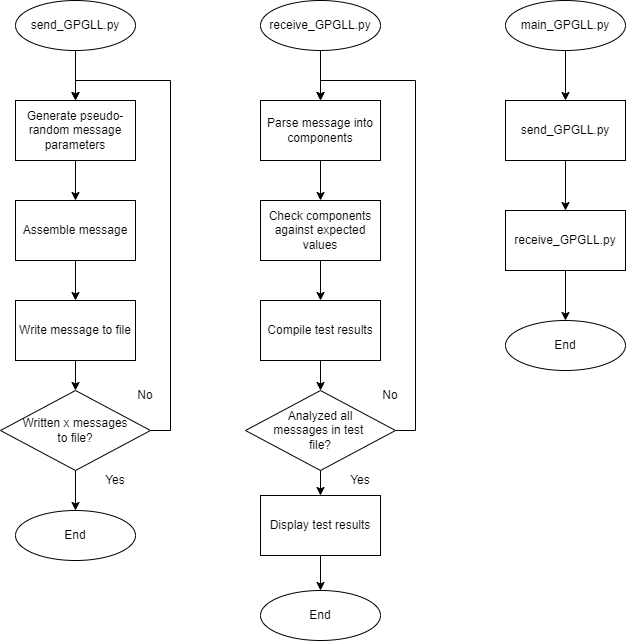
tganley/GPS_SendReceive keeps this draw.io diagram as Documentation/GPS_SendReceive.png. Above is the earlier version. Source tidied: cells renumbered, new cells last; positions are measured from the earlier drawing's top-left corner, leaving out a move shared by most shapes.
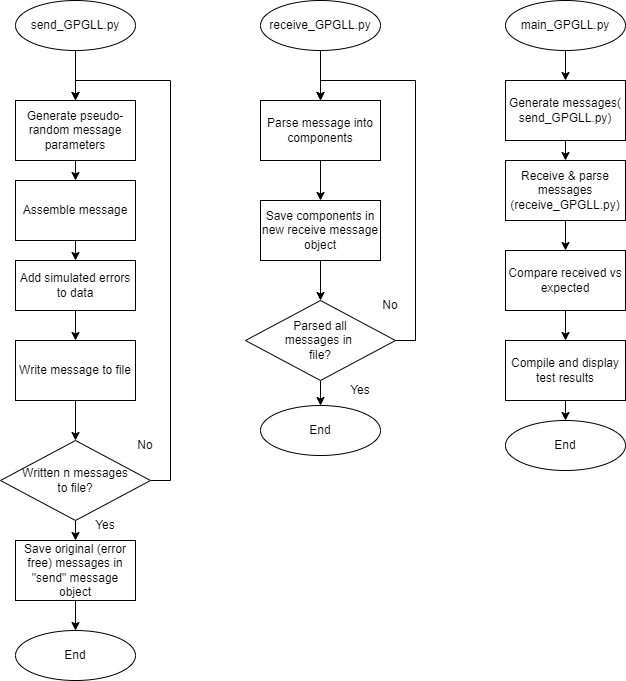
Later version of the same file.

The edit, as a diff of the source:
```diff
@@ -8,14 +8,17 @@
     <mxCell id="3" value="send_GPGLL.py" style="ellipse;whiteSpace=wrap;html=1;" parent="1" vertex="1">
       <mxGeometry x="15" width="120" height="50" as="geometry" />
     </mxCell>
-    <mxCell id="4" style="edgeStyle=orthogonalEdgeStyle;rounded=0;jettySize=auto;html=1;exitX=0.5;exitY=1;exitDx=0;exitDy=0;entryX=0.5;entryY=0;entryDx=0;entryDy=0;" parent="1" edge="1" source="5" target="6">
-      <mxGeometry relative="1" as="geometry" />
-    </mxCell>
+    <mxCell id="39" style="edgeStyle=orthogonalEdgeStyle;rounded=0;jettySize=auto;html=1;exitX=0.5;exitY=1;exitDx=0;exitDy=0;entryX=0.5;entryY=0;entryDx=0;entryDy=0;" parent="1" edge="1" source="5" target="47">
+      <mxGeometry relative="1" as="geometry" />
+    </mxCell>
     <mxCell id="5" value="Assemble message" style="rounded=0;whiteSpace=wrap;html=1;" parent="1" vertex="1">
-      <mxGeometry x="15" y="200" width="120" height="60" as="geometry" />
+      <mxGeometry x="15" y="180" width="120" height="60" as="geometry" />
     </mxCell>
+    <mxCell id="12" style="edgeStyle=orthogonalEdgeStyle;rounded=0;jettySize=auto;html=1;" parent="1" edge="1" source="6" target="11">
+      <mxGeometry relative="1" as="geometry" />
+    </mxCell>
     <mxCell id="6" value="Write message to file" style="rounded=0;whiteSpace=wrap;html=1;" parent="1" vertex="1">
-      <mxGeometry x="15" y="300" width="120" height="60" as="geometry" />
+      <mxGeometry x="15" y="340" width="120" height="60" as="geometry" />
     </mxCell>
     <mxCell id="7" style="edgeStyle=orthogonalEdgeStyle;rounded=0;jettySize=auto;html=1;exitX=0.5;exitY=1;exitDx=0;exitDy=0;entryX=0.5;entryY=0;entryDx=0;entryDy=0;" parent="1" edge="1" source="8" target="5">
       <mxGeometry relative="1" as="geometry" />
@@ -26,23 +29,20 @@
     <mxCell id="9" style="edgeStyle=orthogonalEdgeStyle;rounded=0;jettySize=auto;html=1;exitX=1;exitY=0.5;exitDx=0;exitDy=0;entryX=0.5;entryY=0;entryDx=0;entryDy=0;" parent="1" edge="1" source="11" target="8">
       <mxGeometry relative="1" as="geometry" />
     </mxCell>
-    <mxCell id="10" style="edgeStyle=orthogonalEdgeStyle;rounded=0;jettySize=auto;html=1;exitX=0.5;exitY=1;exitDx=0;exitDy=0;" parent="1" edge="1" source="11" target="13">
-      <mxGeometry relative="1" as="geometry" />
-    </mxCell>
+    <mxCell id="40" style="edgeStyle=orthogonalEdgeStyle;rounded=0;jettySize=auto;html=1;exitX=0.5;exitY=1;exitDx=0;exitDy=0;entryX=0.5;entryY=0;entryDx=0;entryDy=0;" parent="1" edge="1" source="11" target="45">
+      <mxGeometry relative="1" as="geometry" />
+    </mxCell>
-    <mxCell id="11" value="Written x messages &lt;br&gt;to file?" style="rhombus;whiteSpace=wrap;html=1;" parent="1" vertex="1">
-      <mxGeometry y="390" width="150" height="80" as="geometry" />
+    <mxCell id="11" value="Written n messages &lt;br&gt;to file?" style="rhombus;whiteSpace=wrap;html=1;" parent="1" vertex="1">
+      <mxGeometry y="440" width="150" height="80" as="geometry" />
     </mxCell>
-    <mxCell id="12" style="edgeStyle=orthogonalEdgeStyle;rounded=0;jettySize=auto;html=1;exitX=0.5;exitY=1;exitDx=0;exitDy=0;entryX=0.5;entryY=0;entryDx=0;entryDy=0;entryPerimeter=0;" parent="1" edge="1" source="6" target="11">
-      <mxGeometry relative="1" as="geometry" />
-    </mxCell>
     <mxCell id="13" value="End" style="ellipse;whiteSpace=wrap;html=1;" parent="1" vertex="1">
-      <mxGeometry x="15" y="510" width="120" height="50" as="geometry" />
+      <mxGeometry x="15" y="630" width="120" height="50" as="geometry" />
     </mxCell>
     <mxCell id="14" value="Yes" style="text;html=1;strokeColor=none;fillColor=none;align=center;verticalAlign=middle;whiteSpace=wrap;rounded=0;" parent="1" vertex="1">
-      <mxGeometry x="85" y="465" width="60" height="30" as="geometry" />
+      <mxGeometry x="75" y="510" width="60" height="30" as="geometry" />
     </mxCell>
     <mxCell id="15" value="No" style="text;html=1;strokeColor=none;fillColor=none;align=center;verticalAlign=middle;whiteSpace=wrap;rounded=0;" parent="1" vertex="1">
-      <mxGeometry x="115" y="380" width="60" height="30" as="geometry" />
+      <mxGeometry x="115" y="430" width="60" height="30" as="geometry" />
     </mxCell>
     <mxCell id="16" style="edgeStyle=orthogonalEdgeStyle;rounded=0;jettySize=auto;html=1;exitX=0.5;exitY=1;exitDx=0;exitDy=0;entryX=0.5;entryY=0;entryDx=0;entryDy=0;" parent="1" edge="1" source="17" target="22">
       <mxGeometry relative="1" as="geometry" />
@@ -50,14 +50,17 @@
     <mxCell id="17" value="receive_GPGLL.py" style="ellipse;whiteSpace=wrap;html=1;" parent="1" vertex="1">
       <mxGeometry x="260" width="120" height="50" as="geometry" />
     </mxCell>
-    <mxCell id="18" style="edgeStyle=orthogonalEdgeStyle;rounded=0;jettySize=auto;html=1;exitX=0.5;exitY=1;exitDx=0;exitDy=0;entryX=0.5;entryY=0;entryDx=0;entryDy=0;" parent="1" edge="1" source="19" target="20">
-      <mxGeometry relative="1" as="geometry" />
-    </mxCell>
+    <mxCell id="41" style="edgeStyle=orthogonalEdgeStyle;rounded=0;jettySize=auto;html=1;exitX=0.5;exitY=1;exitDx=0;exitDy=0;entryX=0.5;entryY=0;entryDx=0;entryDy=0;" parent="1" edge="1" source="19" target="25">
+      <mxGeometry relative="1" as="geometry" />
+    </mxCell>
-    <mxCell id="19" value="Check components against expected values" style="rounded=0;whiteSpace=wrap;html=1;" parent="1" vertex="1">
+    <mxCell id="19" value="Save components in new receive message object" style="rounded=0;whiteSpace=wrap;html=1;" parent="1" vertex="1">
       <mxGeometry x="260" y="200" width="120" height="60" as="geometry" />
     </mxCell>
+    <mxCell id="42" style="edgeStyle=orthogonalEdgeStyle;rounded=0;jettySize=auto;html=1;exitX=0.5;exitY=1;exitDx=0;exitDy=0;entryX=0.5;entryY=0;entryDx=0;entryDy=0;" parent="1" edge="1" source="20" target="38">
+      <mxGeometry relative="1" as="geometry" />
+    </mxCell>
-    <mxCell id="20" value="Compile test results" style="rounded=0;whiteSpace=wrap;html=1;" parent="1" vertex="1">
-      <mxGeometry x="260" y="300" width="120" height="60" as="geometry" />
+    <mxCell id="20" value="Compile and display test results" style="rounded=0;whiteSpace=wrap;html=1;" parent="1" vertex="1">
+      <mxGeometry x="505" y="340" width="120" height="60" as="geometry" />
     </mxCell>
     <mxCell id="21" style="edgeStyle=orthogonalEdgeStyle;rounded=0;jettySize=auto;html=1;exitX=0.5;exitY=1;exitDx=0;exitDy=0;entryX=0.5;entryY=0;entryDx=0;entryDy=0;" parent="1" edge="1" source="22" target="19">
       <mxGeometry relative="1" as="geometry" />
@@ -68,30 +71,23 @@
     <mxCell id="23" style="edgeStyle=orthogonalEdgeStyle;rounded=0;jettySize=auto;html=1;exitX=1;exitY=0.5;exitDx=0;exitDy=0;entryX=0.5;entryY=0;entryDx=0;entryDy=0;" parent="1" edge="1" source="25" target="22">
       <mxGeometry relative="1" as="geometry" />
     </mxCell>
-    <mxCell id="24" style="edgeStyle=orthogonalEdgeStyle;rounded=0;jettySize=auto;html=1;exitX=0.5;exitY=1;exitDx=0;exitDy=0;entryX=0.5;entryY=0;entryDx=0;entryDy=0;" parent="1" edge="1" source="25" target="31">
-      <mxGeometry relative="1" as="geometry" />
+    <mxCell id="24" style="edgeStyle=orthogonalEdgeStyle;rounded=0;jettySize=auto;html=1;exitX=0.5;exitY=1;exitDx=0;exitDy=0;entryX=0.5;entryY=0;entryDx=0;entryDy=0;" parent="1" edge="1" source="25">
+      <mxGeometry relative="1" as="geometry">
+        <mxPoint x="320" y="405" as="targetPoint" />
+      </mxGeometry>
     </mxCell>
-    <mxCell id="25" value="Analyzed all &lt;br&gt;messages in test&amp;nbsp;&lt;br&gt;file?" style="rhombus;whiteSpace=wrap;html=1;" parent="1" vertex="1">
-      <mxGeometry x="245" y="390" width="150" height="80" as="geometry" />
+    <mxCell id="25" value="Parsed all &lt;br&gt;messages in&amp;nbsp;&lt;br&gt;file?" style="rhombus;whiteSpace=wrap;html=1;" parent="1" vertex="1">
+      <mxGeometry x="245" y="300" width="150" height="80" as="geometry" />
     </mxCell>
-    <mxCell id="26" style="edgeStyle=orthogonalEdgeStyle;rounded=0;jettySize=auto;html=1;exitX=0.5;exitY=1;exitDx=0;exitDy=0;entryX=0.5;entryY=0;entryDx=0;entryDy=0;entryPerimeter=0;" parent="1" edge="1" source="20" target="25">
-      <mxGeometry relative="1" as="geometry" />
-    </mxCell>
     <mxCell id="27" value="End" style="ellipse;whiteSpace=wrap;html=1;" parent="1" vertex="1">
-      <mxGeometry x="260" y="590" width="120" height="50" as="geometry" />
+      <mxGeometry x="260" y="405" width="120" height="50" as="geometry" />
     </mxCell>
     <mxCell id="28" value="Yes" style="text;html=1;strokeColor=none;fillColor=none;align=center;verticalAlign=middle;whiteSpace=wrap;rounded=0;" parent="1" vertex="1">
-      <mxGeometry x="330" y="465" width="60" height="30" as="geometry" />
+      <mxGeometry x="330" y="375" width="60" height="30" as="geometry" />
     </mxCell>
     <mxCell id="29" value="No" style="text;html=1;strokeColor=none;fillColor=none;align=center;verticalAlign=middle;whiteSpace=wrap;rounded=0;" parent="1" vertex="1">
-      <mxGeometry x="360" y="380" width="60" height="30" as="geometry" />
+      <mxGeometry x="360" y="290" width="60" height="30" as="geometry" />
     </mxCell>
-    <mxCell id="30" style="edgeStyle=orthogonalEdgeStyle;rounded=0;jettySize=auto;html=1;exitX=0.5;exitY=1;exitDx=0;exitDy=0;entryX=0.5;entryY=0;entryDx=0;entryDy=0;" parent="1" edge="1" source="31" target="27">
-      <mxGeometry relative="1" as="geometry" />
-    </mxCell>
-    <mxCell id="31" value="Display test results" style="rounded=0;whiteSpace=wrap;html=1;" parent="1" vertex="1">
-      <mxGeometry x="260" y="495" width="120" height="60" as="geometry" />
-    </mxCell>
     <mxCell id="32" style="edgeStyle=orthogonalEdgeStyle;rounded=0;jettySize=auto;html=1;exitX=0.5;exitY=1;exitDx=0;exitDy=0;entryX=0.5;entryY=0;entryDx=0;entryDy=0;" parent="1" edge="1" source="33" target="35">
       <mxGeometry relative="1" as="geometry" />
     </mxCell>
@@ -101,17 +97,35 @@
     <mxCell id="34" style="edgeStyle=orthogonalEdgeStyle;rounded=0;jettySize=auto;html=1;exitX=0.5;exitY=1;exitDx=0;exitDy=0;entryX=0.5;entryY=0;entryDx=0;entryDy=0;" parent="1" edge="1" source="35" target="37">
       <mxGeometry relative="1" as="geometry" />
     </mxCell>
-    <mxCell id="35" value="send_GPGLL.py" style="rounded=0;whiteSpace=wrap;html=1;" parent="1" vertex="1">
-      <mxGeometry x="505" y="100" width="120" height="60" as="geometry" />
+    <mxCell id="35" value="Generate messages( send_GPGLL.py)" style="rounded=0;whiteSpace=wrap;html=1;" parent="1" vertex="1">
+      <mxGeometry x="505" y="80" width="120" height="60" as="geometry" />
     </mxCell>
-    <mxCell id="36" style="edgeStyle=orthogonalEdgeStyle;rounded=0;jettySize=auto;html=1;exitX=0.5;exitY=1;exitDx=0;exitDy=0;entryX=0.5;entryY=0;entryDx=0;entryDy=0;" parent="1" edge="1" source="37" target="38">
-      <mxGeometry relative="1" as="geometry" />
-    </mxCell>
+    <mxCell id="43" style="edgeStyle=orthogonalEdgeStyle;rounded=0;jettySize=auto;html=1;" parent="1" edge="1" source="37" target="49">
+      <mxGeometry relative="1" as="geometry" />
+    </mxCell>
-    <mxCell id="37" value="receive_GPGLL.py" style="rounded=0;whiteSpace=wrap;html=1;" parent="1" vertex="1">
-      <mxGeometry x="505" y="210" width="120" height="60" as="geometry" />
+    <mxCell id="37" value="Receive &amp;amp; parse messages (receive_GPGLL.py)" style="rounded=0;whiteSpace=wrap;html=1;" parent="1" vertex="1">
+      <mxGeometry x="505" y="160" width="120" height="60" as="geometry" />
     </mxCell>
     <mxCell id="38" value="End" style="ellipse;whiteSpace=wrap;html=1;" parent="1" vertex="1">
-      <mxGeometry x="505" y="320" width="120" height="50" as="geometry" />
+      <mxGeometry x="505" y="420" width="120" height="50" as="geometry" />
     </mxCell>
+    <mxCell id="44" style="edgeStyle=orthogonalEdgeStyle;rounded=0;jettySize=auto;html=1;" parent="1" edge="1" source="45" target="13">
+      <mxGeometry relative="1" as="geometry" />
+    </mxCell>
+    <mxCell id="45" value="Save original (error free) messages in &quot;send&quot; message object" style="rounded=0;whiteSpace=wrap;html=1;" parent="1" vertex="1">
+      <mxGeometry x="15" y="540" width="120" height="60" as="geometry" />
+    </mxCell>
+    <mxCell id="46" style="edgeStyle=orthogonalEdgeStyle;rounded=0;jettySize=auto;html=1;exitX=0.5;exitY=1;exitDx=0;exitDy=0;entryX=0.5;entryY=0;entryDx=0;entryDy=0;" parent="1" edge="1" source="47" target="6">
+      <mxGeometry relative="1" as="geometry" />
+    </mxCell>
+    <mxCell id="47" value="Add simulated errors to data" style="rounded=0;whiteSpace=wrap;html=1;" parent="1" vertex="1">
+      <mxGeometry x="15" y="260" width="120" height="50" as="geometry" />
+    </mxCell>
+    <mxCell id="48" style="edgeStyle=orthogonalEdgeStyle;rounded=0;jettySize=auto;html=1;exitX=0.5;exitY=1;exitDx=0;exitDy=0;entryX=0.5;entryY=0;entryDx=0;entryDy=0;" parent="1" edge="1" source="49" target="20">
+      <mxGeometry relative="1" as="geometry" />
+    </mxCell>
+    <mxCell id="49" value="Compare received vs expected" style="rounded=0;whiteSpace=wrap;html=1;" parent="1" vertex="1">
+      <mxGeometry x="505" y="250" width="120" height="60" as="geometry" />
+    </mxCell>
   </root>
 </mxGraphModel>
```
